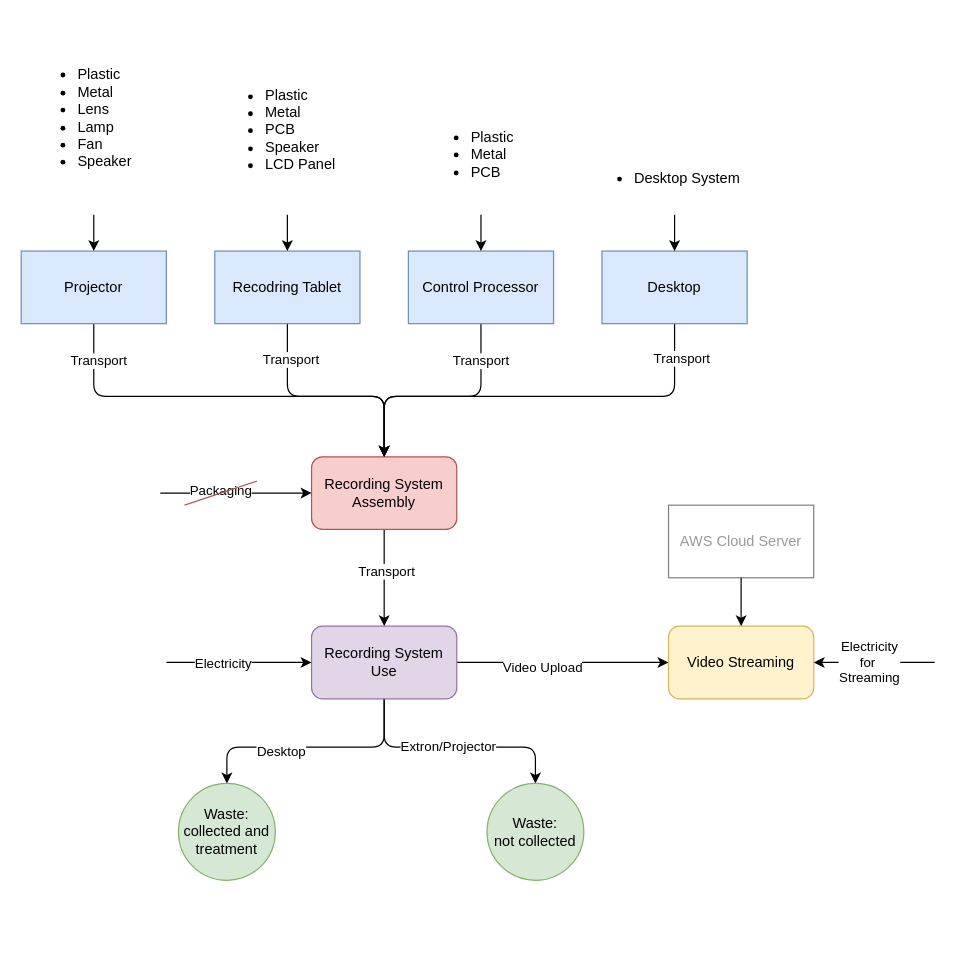
The draw.io diagram page "Recording" (4 of 5) of process/hardware_KUL.drawio in Tfloow/Ecodesign, before the edit. Source tidied: cells renumbered, new cells numbered last; positions are measured from the earlier drawing's top-left corner, leaving out a move shared by most shapes. Both pictures are drawn from the tidied source at 121%, with x=0, y=0 at pixel (21, 21).
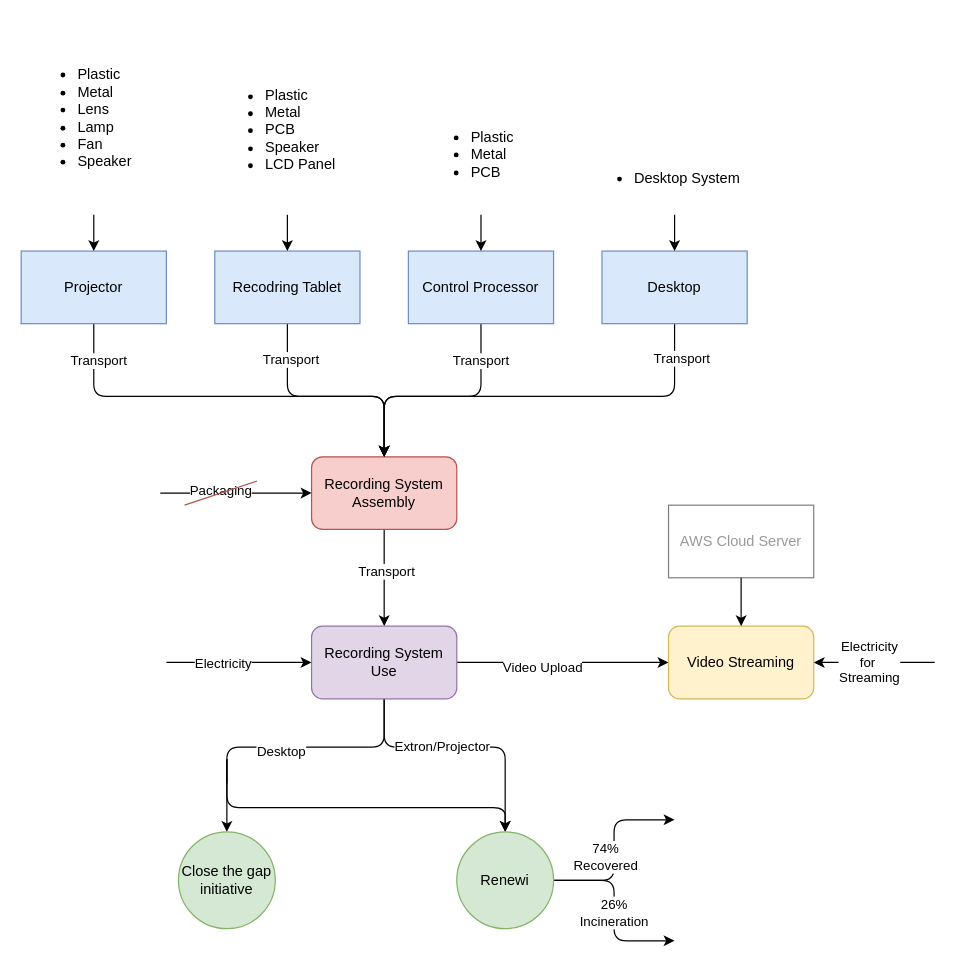
The same page after the edit.

Unchanged cells that the change refers to:
```xml
<mxCell id="29" value="&lt;span style=&quot;color: rgb(0, 0, 0);&quot;&gt;Recording System Use&lt;/span&gt;" style="rounded=1;whiteSpace=wrap;html=1;fillColor=#e1d5e7;strokeColor=#9673a6;" parent="1" vertex="1">
  <mxGeometry x="240" y="500" width="120" height="60" as="geometry" />
</mxCell>
```

Change to the diagram source:
```diff
@@
-    <mxCell id="23" style="edgeStyle=none;html=1;entryX=0.5;entryY=0;entryDx=0;entryDy=0;" parent="1" edge="1" source="29" target="32">
+    <mxCell id="23" style="edgeStyle=none;html=1;entryX=0.5;entryY=0;entryDx=0;entryDy=0;endArrow=none;endFill=0;" parent="1" edge="1" source="29">
       <mxGeometry relative="1" as="geometry">
+        <mxPoint x="170" y="630" as="targetPoint" />
         <Array as="points">
           <mxPoint x="300" y="600" />
           <mxPoint x="170" y="600" />
         </Array>
       </mxGeometry>
     </mxCell>
@@
-    <mxCell id="25" style="edgeStyle=none;html=1;entryX=0.5;entryY=0;entryDx=0;entryDy=0;" parent="1" edge="1" source="29" target="38">
+    <mxCell id="25" style="edgeStyle=none;html=1;entryX=0.5;entryY=0;entryDx=0;entryDy=0;" parent="1" edge="1" source="29" target="51">
       <mxGeometry relative="1" as="geometry">
         <Array as="points">
           <mxPoint x="300" y="600" />
-          <mxPoint x="425" y="600" />
+          <mxPoint x="400" y="600" />
         </Array>
       </mxGeometry>
     </mxCell>
     <mxCell id="26" value="Extron/Projector" style="edgeLabel;html=1;align=center;verticalAlign=middle;" parent="25" vertex="1">
-      <mxGeometry x="-0.06" y="1" relative="1" as="geometry" />
+      <mxGeometry x="-0.06" y="1" relative="1" as="geometry">
+        <mxPoint x="-12" as="offset" />
+      </mxGeometry>
     </mxCell>
@@
-    <mxCell id="32" value="Waste:&lt;br&gt;collected and treatment" style="ellipse;whiteSpace=wrap;html=1;fillColor=#d5e8d4;strokeColor=#82b366;" parent="1" vertex="1">
-      <mxGeometry x="130" y="630" width="80" height="80" as="geometry" />
-    </mxCell>
@@
-    <mxCell id="38" value="Waste:&lt;div&gt;not collected&lt;/div&gt;" style="ellipse;whiteSpace=wrap;html=1;fillColor=#d5e8d4;strokeColor=#82b366;" parent="1" vertex="1">
-      <mxGeometry x="385" y="630" width="80" height="80" as="geometry" />
-    </mxCell>
@@
+    <mxCell id="44" style="edgeStyle=none;html=1;entryX=0.5;entryY=0;entryDx=0;entryDy=0;" parent="1" edge="1" target="46">
+      <mxGeometry relative="1" as="geometry">
+        <mxPoint x="170" y="610" as="sourcePoint" />
+        <Array as="points">
+          <mxPoint x="170" y="650" />
+          <mxPoint x="170" y="660" />
+        </Array>
+      </mxGeometry>
+    </mxCell>
+    <mxCell id="45" style="edgeStyle=none;html=1;entryX=0.5;entryY=0;entryDx=0;entryDy=0;" parent="1" edge="1" target="51">
+      <mxGeometry relative="1" as="geometry">
+        <mxPoint x="170" y="610" as="sourcePoint" />
+        <Array as="points">
+          <mxPoint x="170" y="650" />
+          <mxPoint x="400" y="650" />
+        </Array>
+      </mxGeometry>
+    </mxCell>
+    <mxCell id="46" value="Close the gap initiative" style="ellipse;whiteSpace=wrap;html=1;fillColor=#d5e8d4;strokeColor=#82b366;" parent="1" vertex="1">
+      <mxGeometry x="130" y="670" width="80" height="80" as="geometry" />
+    </mxCell>
+    <mxCell id="47" style="edgeStyle=none;html=1;" parent="1" edge="1" source="51">
+      <mxGeometry relative="1" as="geometry">
+        <mxPoint x="540" y="660" as="targetPoint" />
+        <Array as="points">
+          <mxPoint x="490" y="710" />
+          <mxPoint x="490" y="660" />
+        </Array>
+      </mxGeometry>
+    </mxCell>
+    <mxCell id="48" value="74%&lt;br&gt;Recovered" style="edgeLabel;html=1;align=center;verticalAlign=middle;" parent="47" vertex="1">
+      <mxGeometry x="0.55" y="1" relative="1" as="geometry">
+        <mxPoint x="-24" y="31" as="offset" />
+      </mxGeometry>
+    </mxCell>
+    <mxCell id="49" style="edgeStyle=none;html=1;" parent="1" edge="1" source="51">
+      <mxGeometry relative="1" as="geometry">
+        <mxPoint x="540" y="760" as="targetPoint" />
+        <Array as="points">
+          <mxPoint x="490" y="710" />
+          <mxPoint x="490" y="760" />
+        </Array>
+      </mxGeometry>
+    </mxCell>
+    <mxCell id="50" value="26%&lt;br&gt;Incineration" style="edgeLabel;html=1;align=center;verticalAlign=middle;" parent="49" vertex="1">
+      <mxGeometry x="0.01" y="-1" relative="1" as="geometry" />
+    </mxCell>
+    <mxCell id="51" value="Renewi" style="ellipse;whiteSpace=wrap;html=1;fillColor=#d5e8d4;strokeColor=#82b366;" parent="1" vertex="1">
+      <mxGeometry x="360" y="670" width="80" height="80" as="geometry" />
+    </mxCell>
```
